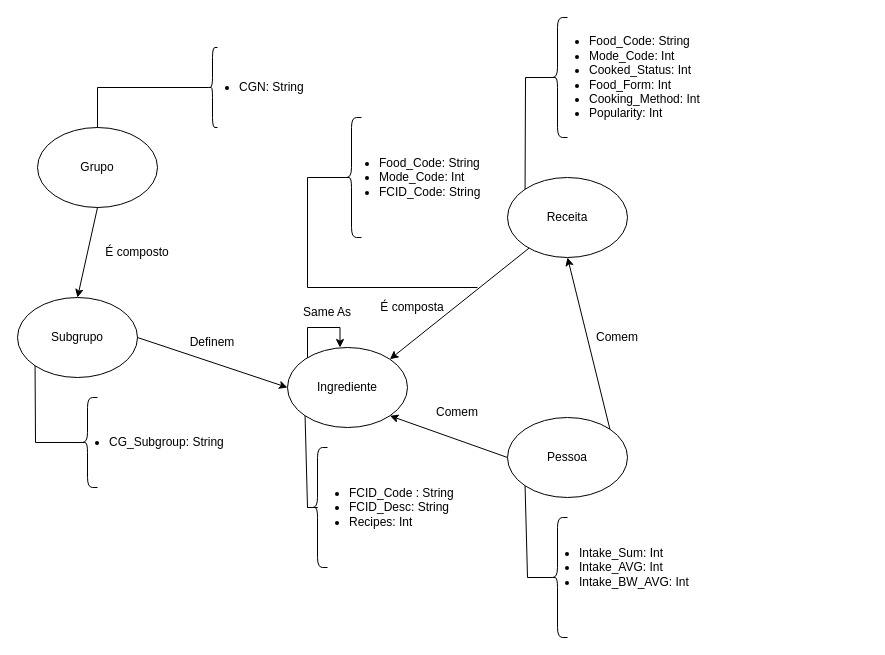
Above: lab07/extras/grafo.drawio in uniaovasko/vasco (draw.io), before the change. Source tidied: cells renumbered, new cells numbered last; positions are measured from the earlier drawing's top-left corner, leaving out a move shared by most shapes. Both pictures are drawn from the tidied source at 100%, with x=0, y=0 at pixel (17, 17).
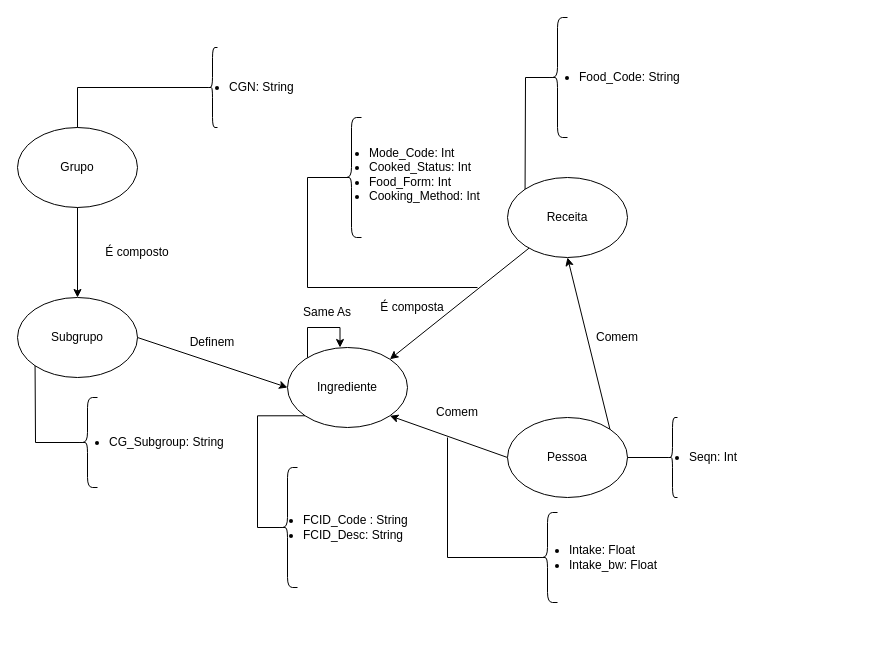
The same diagram, later.

Unchanged cells that the change refers to:
```xml
<mxCell id="3" value="Ingrediente" style="ellipse;whiteSpace=wrap;html=1;" parent="1" vertex="1">
  <mxGeometry x="270" y="330" width="120" height="80" as="geometry" />
</mxCell>
<mxCell id="5" value="Pessoa" style="ellipse;whiteSpace=wrap;html=1;" parent="1" vertex="1">
  <mxGeometry x="490" y="400" width="120" height="80" as="geometry" />
</mxCell>
<mxCell id="13" style="shape=curlyBracket;whiteSpace=wrap;html=1;rounded=1;labelPosition=left;verticalLabelPosition=middle;align=right;verticalAlign=middle;" parent="1" vertex="1">
  <mxGeometry x="190" y="30" width="10" height="80" as="geometry" />
</mxCell>
```

Change to the diagram source:
```diff
@@
     <mxCell id="8" value="Grupo" style="ellipse;whiteSpace=wrap;html=1;" parent="1" vertex="1">
-      <mxGeometry x="20" y="110" width="120" height="80" as="geometry" />
+      <mxGeometry y="110" width="120" height="80" as="geometry" />
     </mxCell>
@@
+    <mxCell id="37" style="rounded=0;jettySize=auto;html=1;exitX=0.1;exitY=0.5;exitDx=0;exitDy=0;exitPerimeter=0;strokeColor=default;edgeStyle=orthogonalEdgeStyle;endArrow=none;endFill=0;entryX=0;entryY=1;entryDx=0;entryDy=0;" parent="1" edge="1" source="15" target="3">
+      <mxGeometry relative="1" as="geometry">
+        <Array as="points">
+          <mxPoint x="240" y="510" />
+          <mxPoint x="240" y="398" />
+        </Array>
+      </mxGeometry>
+    </mxCell>
     <mxCell id="15" style="shape=curlyBracket;whiteSpace=wrap;html=1;rounded=1;labelPosition=left;verticalLabelPosition=middle;align=right;verticalAlign=middle;" parent="1" vertex="1">
-      <mxGeometry x="290" y="430" width="20" height="120" as="geometry" />
+      <mxGeometry x="260" y="450" width="20" height="120" as="geometry" />
     </mxCell>
-    <mxCell id="16" style="shape=curlyBracket;whiteSpace=wrap;html=1;rounded=1;labelPosition=left;verticalLabelPosition=middle;align=right;verticalAlign=middle;" parent="1" vertex="1">
-      <mxGeometry x="530" y="500" width="20" height="120" as="geometry" />
-    </mxCell>
@@
     <mxCell id="19" style="endArrow=none;html=1;rounded=0;exitX=0.5;exitY=0;exitDx=0;exitDy=0;entryX=0.1;entryY=0.5;entryDx=0;entryDy=0;entryPerimeter=0;" parent="1" edge="1" source="8" target="13">
       <mxGeometry relative="1" as="geometry">
         <Array as="points">
-          <mxPoint x="80" y="70" />
+          <mxPoint x="60" y="70" />
         </Array>
       </mxGeometry>
     </mxCell>
@@
-    <mxCell id="21" style="endArrow=none;html=1;rounded=0;exitX=0;exitY=1;exitDx=0;exitDy=0;" parent="1" edge="1" source="3">
-      <mxGeometry relative="1" as="geometry">
-        <mxPoint x="290" y="490" as="targetPoint" />
-        <Array as="points">
-          <mxPoint x="290" y="490" />
-          <mxPoint x="300" y="490" />
-        </Array>
-      </mxGeometry>
-    </mxCell>
-    <mxCell id="22" style="endArrow=none;html=1;rounded=0;entryX=0;entryY=1;entryDx=0;entryDy=0;exitX=0.1;exitY=0.5;exitDx=0;exitDy=0;exitPerimeter=0;" parent="1" edge="1" source="16" target="5">
-      <mxGeometry relative="1" as="geometry">
-        <Array as="points">
-          <mxPoint x="510" y="560" />
-        </Array>
-      </mxGeometry>
-    </mxCell>
     <mxCell id="23" value="&lt;ul&gt;&lt;li&gt;CGN: String&lt;br&gt;&lt;/li&gt;&lt;/ul&gt;" style="text;strokeColor=none;fillColor=none;html=1;whiteSpace=wrap;verticalAlign=middle;overflow=hidden;" parent="1" vertex="1">
-      <mxGeometry x="180" y="30" width="140" height="80" as="geometry" />
+      <mxGeometry x="170" y="30" width="140" height="80" as="geometry" />
     </mxCell>
-    <mxCell id="24" value="&lt;ul&gt;&lt;li&gt;Food_Code: String&lt;br&gt;&lt;/li&gt;&lt;li&gt;Mode_Code: Int&lt;/li&gt;&lt;li&gt;Cooked_Status: Int&lt;br&gt;&lt;/li&gt;&lt;li&gt;Food_Form: Int&lt;/li&gt;&lt;li&gt;Cooking_Method: Int&lt;br&gt;&lt;/li&gt;&lt;li&gt;Popularity: Int&lt;br&gt;&lt;/li&gt;&lt;/ul&gt;" style="text;strokeColor=none;fillColor=none;html=1;whiteSpace=wrap;verticalAlign=middle;overflow=hidden;" parent="1" vertex="1">
-      <mxGeometry x="530" width="220" height="120" as="geometry" />
+    <mxCell id="24" value="&lt;br&gt;&lt;ul&gt;&lt;li&gt;Mode_Code: Int&lt;/li&gt;&lt;li&gt;Cooked_Status: Int&lt;br&gt;&lt;/li&gt;&lt;li&gt;Food_Form: Int&lt;/li&gt;&lt;li&gt;Cooking_Method: Int&lt;br&gt;&lt;/li&gt;&lt;/ul&gt;" style="text;strokeColor=none;fillColor=none;html=1;whiteSpace=wrap;verticalAlign=middle;overflow=hidden;" parent="1" vertex="1">
+      <mxGeometry x="310" y="90" width="220" height="120" as="geometry" />
     </mxCell>
@@
-    <mxCell id="26" value="&lt;ul&gt;&lt;li&gt;FCID_Code : String&lt;br&gt;&lt;/li&gt;&lt;li&gt;FCID_Desc: String&lt;br&gt;&lt;/li&gt;&lt;li&gt;Recipes: Int&lt;br&gt;&lt;/li&gt;&lt;/ul&gt;" style="text;strokeColor=none;fillColor=none;html=1;whiteSpace=wrap;verticalAlign=middle;overflow=hidden;" parent="1" vertex="1">
-      <mxGeometry x="290" y="450" width="200" height="80" as="geometry" />
+    <mxCell id="26" value="&lt;ul&gt;&lt;li&gt;FCID_Code : String&lt;br&gt;&lt;/li&gt;&lt;li&gt;FCID_Desc: String&lt;br&gt;&lt;/li&gt;&lt;/ul&gt;" style="text;strokeColor=none;fillColor=none;html=1;whiteSpace=wrap;verticalAlign=middle;overflow=hidden;" parent="1" vertex="1">
+      <mxGeometry x="244" y="445" width="200" height="130" as="geometry" />
     </mxCell>
-    <mxCell id="27" value="&lt;ul&gt;&lt;li&gt;Intake_Sum: Int&lt;br&gt;&lt;/li&gt;&lt;li&gt;Intake_AVG: Int&lt;br&gt;&lt;/li&gt;&lt;li&gt;Intake_BW_AVG: Int&lt;br&gt;&lt;/li&gt;&lt;/ul&gt;" style="text;strokeColor=none;fillColor=none;html=1;whiteSpace=wrap;verticalAlign=middle;overflow=hidden;" parent="1" vertex="1">
-      <mxGeometry x="520" y="510" width="220" height="80" as="geometry" />
-    </mxCell>
@@
-    <mxCell id="36" value="&lt;ul&gt;&lt;li&gt;Food_Code: String&lt;br&gt;&lt;/li&gt;&lt;li&gt;Mode_Code: Int&lt;/li&gt;&lt;li&gt;FCID_Code: String&lt;br&gt;&lt;/li&gt;&lt;/ul&gt;" style="text;strokeColor=none;fillColor=none;html=1;whiteSpace=wrap;verticalAlign=middle;overflow=hidden;" parent="1" vertex="1">
-      <mxGeometry x="320" y="100" width="220" height="120" as="geometry" />
+    <mxCell id="36" value="&lt;ul&gt;&lt;li&gt;Food_Code: String&lt;br&gt;&lt;/li&gt;&lt;/ul&gt;" style="text;strokeColor=none;fillColor=none;html=1;whiteSpace=wrap;verticalAlign=middle;overflow=hidden;" parent="1" vertex="1">
+      <mxGeometry x="520" width="220" height="120" as="geometry" />
     </mxCell>
+    <mxCell id="38" style="edgeStyle=orthogonalEdgeStyle;jettySize=auto;html=1;exitX=0.1;exitY=0.5;exitDx=0;exitDy=0;exitPerimeter=0;endArrow=none;endFill=0;strokeColor=default;rounded=0;jumpStyle=none;" parent="1" edge="1" source="39">
+      <mxGeometry relative="1" as="geometry">
+        <mxPoint x="430" y="420" as="targetPoint" />
+        <Array as="points">
+          <mxPoint x="430" y="540" />
+          <mxPoint x="430" y="420" />
+        </Array>
+      </mxGeometry>
+    </mxCell>
+    <mxCell id="39" style="shape=curlyBracket;whiteSpace=wrap;html=1;rounded=1;labelPosition=left;verticalLabelPosition=middle;align=right;verticalAlign=middle;" parent="1" vertex="1">
+      <mxGeometry x="520" y="495" width="20" height="90" as="geometry" />
+    </mxCell>
+    <mxCell id="40" value="&lt;ul&gt;&lt;li&gt;Intake: Float&lt;/li&gt;&lt;li&gt;Intake_bw: Float&lt;br&gt;&lt;/li&gt;&lt;/ul&gt;" style="text;strokeColor=none;fillColor=none;html=1;whiteSpace=wrap;verticalAlign=middle;overflow=hidden;" parent="1" vertex="1">
+      <mxGeometry x="510" y="475" width="200" height="130" as="geometry" />
+    </mxCell>
+    <mxCell id="41" style="edgeStyle=orthogonalEdgeStyle;rounded=0;jettySize=auto;html=1;exitX=0.1;exitY=0.5;exitDx=0;exitDy=0;exitPerimeter=0;entryX=1;entryY=0.5;entryDx=0;entryDy=0;endArrow=none;endFill=0;" parent="1" edge="1" source="42" target="5">
+      <mxGeometry relative="1" as="geometry" />
+    </mxCell>
+    <mxCell id="42" style="shape=curlyBracket;whiteSpace=wrap;html=1;rounded=1;labelPosition=left;verticalLabelPosition=middle;align=right;verticalAlign=middle;" parent="1" vertex="1">
+      <mxGeometry x="650" y="400" width="10" height="80" as="geometry" />
+    </mxCell>
+    <mxCell id="43" value="&lt;ul&gt;&lt;li&gt;Seqn: Int&lt;br&gt;&lt;/li&gt;&lt;/ul&gt;" style="text;strokeColor=none;fillColor=none;html=1;whiteSpace=wrap;verticalAlign=middle;overflow=hidden;" parent="1" vertex="1">
+      <mxGeometry x="630" y="380" width="220" height="120" as="geometry" />
+    </mxCell>
```
